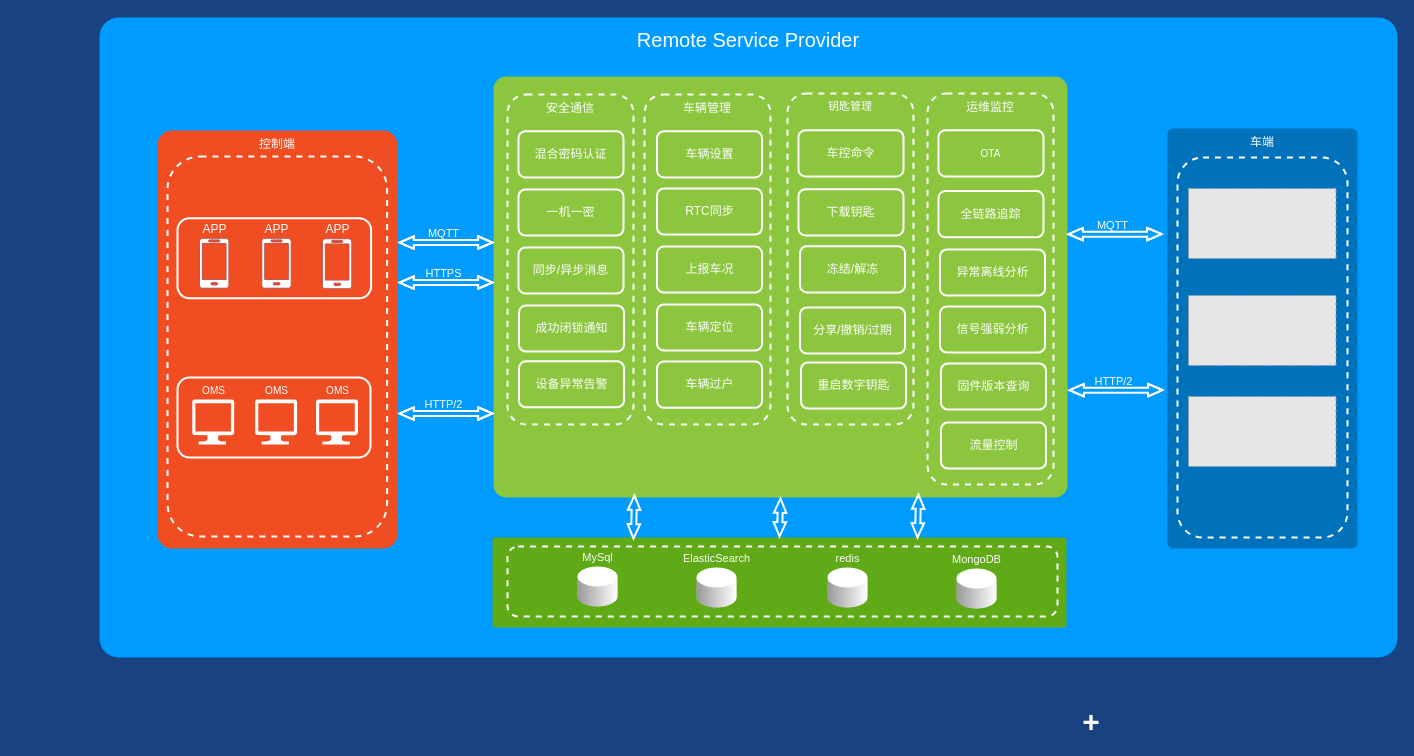
Above: rsp-A02.drawio in jianguocong/chart (draw.io), before the change. Source tidied: cells renumbered, new cells numbered last; positions are measured from the earlier drawing's top-left corner, leaving out a move shared by most shapes. Both pictures are drawn from the tidied source at 100%, with x=0, y=0 at pixel (99, 17). Pictures stored in the file or linked from it are replaced by grey dashed boxes.
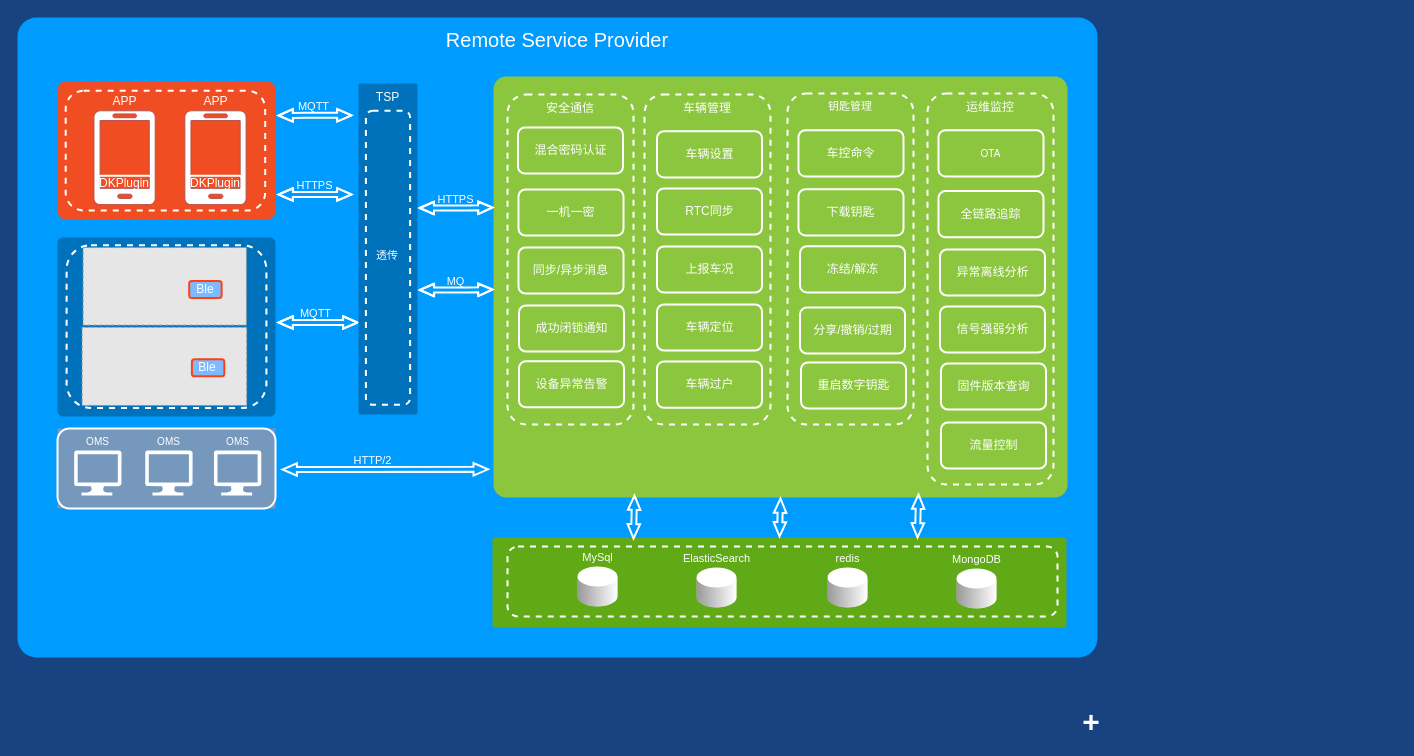
The same diagram, later.

Unchanged cells that the change refers to:
```xml
<mxCell id="37" style="group;" parent="1" vertex="1">
  <mxGeometry x="408" y="77" width="126" height="330" as="geometry" />
</mxCell>
```

The edit, as a diff of the source:
```diff
@@
     <mxCell id="2" value="Remote Service Provider" style="whiteSpace=wrap;html=1;rounded=1;shadow=0;strokeColor=none;strokeWidth=2;fillColor=#009BFF;fontSize=20;fontColor=#FFFFFF;align=center;arcSize=3;verticalAlign=top;spacingTop=4;" parent="1" vertex="1">
-      <mxGeometry width="1298" height="640" as="geometry" />
+      <mxGeometry x="-82" width="1080" height="640" as="geometry" />
     </mxCell>
-    <mxCell id="3" value="车端" style="rounded=1;whiteSpace=wrap;html=1;shadow=0;strokeWidth=2;fillColor=#0072BC;fontSize=12;fontColor=#FFFFFF;align=center;strokeColor=none;arcSize=3;verticalAlign=top;" parent="1" vertex="1">
-      <mxGeometry x="1068" y="111" width="190" height="420" as="geometry" />
-    </mxCell>
-    <mxCell id="4" value="控制端" style="rounded=1;whiteSpace=wrap;html=1;shadow=0;strokeWidth=2;fillColor=#F04D22;fontSize=12;fontColor=#FFFFFF;align=center;strokeColor=none;arcSize=6;verticalAlign=top;" parent="1" vertex="1">
-      <mxGeometry x="58" y="113" width="240" height="418" as="geometry" />
-    </mxCell>
@@
-    <mxCell id="7" style="group;" parent="1" vertex="1">
-      <mxGeometry x="78" y="360" width="193" height="80" as="geometry" />
-    </mxCell>
-    <mxCell id="8" style="rounded=1;whiteSpace=wrap;html=1;shadow=0;strokeWidth=2;fillColor=none;fontSize=12;fontColor=#000000;align=center;strokeColor=#FFFFFF;" parent="7" vertex="1">
-      <mxGeometry width="193" height="80" as="geometry" />
-    </mxCell>
-    <mxCell id="9" value="OMS" style="verticalLabelPosition=top;html=1;verticalAlign=bottom;strokeColor=none;fillColor=#FFFFFF;shape=mxgraph.azure.computer;rounded=0;shadow=0;fontSize=10;fontColor=#FFFFFF;align=center;labelPosition=center;" parent="7" vertex="1">
-      <mxGeometry x="77.6" y="22" width="42" height="45" as="geometry" />
-    </mxCell>
-    <mxCell id="10" value="OMS" style="verticalLabelPosition=top;html=1;verticalAlign=bottom;strokeColor=none;fillColor=#FFFFFF;shape=mxgraph.azure.computer;rounded=0;shadow=0;fontSize=10;fontColor=#FFFFFF;align=center;labelPosition=center;" parent="7" vertex="1">
-      <mxGeometry x="138.5" y="22" width="42" height="45" as="geometry" />
-    </mxCell>
-    <mxCell id="11" value="OMS" style="verticalLabelPosition=top;html=1;verticalAlign=bottom;strokeColor=none;fillColor=#FFFFFF;shape=mxgraph.azure.computer;rounded=0;shadow=0;fontSize=10;fontColor=#FFFFFF;align=center;labelPosition=center;" parent="7" vertex="1">
-      <mxGeometry x="14.7" y="22" width="42" height="45" as="geometry" />
-    </mxCell>
-    <mxCell id="12" style="shape=flexArrow;endArrow=classic;startArrow=classic;html=1;rounded=0;fontSize=7;fontColor=#FFFFFF;strokeColor=#FFFFFF;strokeWidth=2;exitX=1.007;exitY=0.213;exitDx=0;exitDy=0;entryX=0.001;entryY=0.259;entryDx=0;entryDy=0;entryPerimeter=0;exitPerimeter=0;startWidth=5.5;startSize=4.13;endWidth=5.5;endSize=4.13;width=4;" parent="1" edge="1">
+    <mxCell id="12" style="shape=flexArrow;endArrow=classic;startArrow=classic;html=1;rounded=0;fontSize=7;fontColor=#FFFFFF;strokeColor=#FFFFFF;strokeWidth=2;entryX=0.001;entryY=0.259;entryDx=0;entryDy=0;entryPerimeter=0;startWidth=5.5;startSize=4.13;endWidth=5.5;endSize=4.13;width=4;" parent="1" edge="1">
       <mxGeometry relative="1" as="geometry">
-        <mxPoint x="299" y="396.1" as="sourcePoint" />
-        <mxPoint x="394" y="396" as="targetPoint" />
+        <mxPoint x="178" y="305" as="sourcePoint" />
+        <mxPoint x="259" y="305" as="targetPoint" />
         <Array as="points">
-          <mxPoint x="347.4" y="396.1" />
+          <mxPoint x="212.4" y="305.1" />
         </Array>
       </mxGeometry>
     </mxCell>
-    <mxCell id="13" value="&lt;font style=&quot;font-size: 11px&quot;&gt;HTTP/2&lt;/font&gt;" style="edgeLabel;html=1;align=center;verticalAlign=bottom;fontSize=10;fontColor=#FFFFFF;labelPosition=center;verticalLabelPosition=top;labelBackgroundColor=none;" parent="12" vertex="1">
+    <mxCell id="13" value="&lt;font style=&quot;font-size: 11px&quot;&gt;MQTT&lt;/font&gt;" style="edgeLabel;html=1;align=center;verticalAlign=bottom;fontSize=10;fontColor=#FFFFFF;labelPosition=center;verticalLabelPosition=top;labelBackgroundColor=none;" parent="12" vertex="1">
       <mxGeometry x="-0.18" y="-2" relative="1" as="geometry">
         <mxPoint x="5" y="-3" as="offset" />
       </mxGeometry>
     </mxCell>
-    <mxCell id="14" style="shape=flexArrow;endArrow=classic;startArrow=classic;html=1;rounded=0;fontSize=7;fontColor=#FFFFFF;strokeColor=#FFFFFF;strokeWidth=2;exitX=1.007;exitY=0.213;exitDx=0;exitDy=0;entryX=0.001;entryY=0.259;entryDx=0;entryDy=0;entryPerimeter=0;exitPerimeter=0;startWidth=5.5;startSize=4.13;endWidth=5.5;endSize=4.13;width=4;" parent="1" edge="1">
+    <mxCell id="14" style="shape=flexArrow;endArrow=classic;startArrow=classic;html=1;rounded=0;fontSize=7;fontColor=#FFFFFF;strokeColor=#FFFFFF;strokeWidth=2;entryX=0.001;entryY=0.259;entryDx=0;entryDy=0;entryPerimeter=0;startWidth=5.5;startSize=4.13;endWidth=5.5;endSize=4.13;width=4;" parent="1" edge="1">
       <mxGeometry relative="1" as="geometry">
-        <mxPoint x="299" y="265.1" as="sourcePoint" />
-        <mxPoint x="394" y="265" as="targetPoint" />
+        <mxPoint x="178" y="177" as="sourcePoint" />
+        <mxPoint x="253" y="176.9" as="targetPoint" />
         <Array as="points">
-          <mxPoint x="347.4" y="265.1" />
+          <mxPoint x="206.4" y="177" />
         </Array>
       </mxGeometry>
     </mxCell>
@@
-    <mxCell id="16" style="shape=flexArrow;endArrow=classic;startArrow=classic;html=1;rounded=0;fontSize=7;fontColor=#FFFFFF;strokeColor=#FFFFFF;strokeWidth=2;exitX=1.007;exitY=0.213;exitDx=0;exitDy=0;entryX=0.001;entryY=0.259;entryDx=0;entryDy=0;entryPerimeter=0;exitPerimeter=0;startWidth=5.5;startSize=4.13;endWidth=5.5;endSize=4.13;width=4;" parent="1" edge="1">
+    <mxCell id="16" style="shape=flexArrow;endArrow=classic;startArrow=classic;html=1;rounded=0;fontSize=7;fontColor=#FFFFFF;strokeColor=#FFFFFF;strokeWidth=2;entryX=0.001;entryY=0.259;entryDx=0;entryDy=0;entryPerimeter=0;startWidth=5.5;startSize=4.13;endWidth=5.5;endSize=4.13;width=4;" parent="1" edge="1">
       <mxGeometry relative="1" as="geometry">
-        <mxPoint x="299" y="225.1" as="sourcePoint" />
-        <mxPoint x="394" y="225" as="targetPoint" />
+        <mxPoint x="178" y="98" as="sourcePoint" />
+        <mxPoint x="253" y="97.8" as="targetPoint" />
         <Array as="points">
-          <mxPoint x="347.4" y="225.1" />
+          <mxPoint x="206.4" y="97.8" />
         </Array>
       </mxGeometry>
     </mxCell>
@@
-    <mxCell id="18" style="fillColor=#E6E6E6;strokeColor=#999999;dashed=1;verticalLabelPosition=bottom;labelBackgroundColor=default;verticalAlign=top;rotation=-180;" parent="1" vertex="1">
-      <mxGeometry x="1089" y="171" width="147.5" height="70" as="geometry" />
-    </mxCell>
-    <mxCell id="19" style="shape=flexArrow;endArrow=classic;startArrow=classic;html=1;rounded=0;fontSize=7;fontColor=#FFFFFF;strokeColor=#FFFFFF;strokeWidth=2;exitX=1.007;exitY=0.213;exitDx=0;exitDy=0;entryX=0.001;entryY=0.259;entryDx=0;entryDy=0;entryPerimeter=0;exitPerimeter=0;startWidth=5.5;startSize=4.13;endWidth=5.5;endSize=4.13;width=4;" parent="1" edge="1">
-      <mxGeometry relative="1" as="geometry">
-        <mxPoint x="969" y="372.7" as="sourcePoint" />
-        <mxPoint x="1064" y="372.6" as="targetPoint" />
-        <Array as="points">
-          <mxPoint x="1017.4" y="372.7" />
-        </Array>
-      </mxGeometry>
-    </mxCell>
-    <mxCell id="20" value="&lt;font style=&quot;font-size: 11px&quot;&gt;HTTP/2&lt;/font&gt;" style="edgeLabel;html=1;align=center;verticalAlign=bottom;fontSize=10;fontColor=#FFFFFF;labelPosition=center;verticalLabelPosition=top;labelBackgroundColor=none;" parent="19" vertex="1">
-      <mxGeometry x="-0.18" y="-2" relative="1" as="geometry">
-        <mxPoint x="5" y="-3" as="offset" />
-      </mxGeometry>
-    </mxCell>
-    <mxCell id="21" style="fillColor=#E6E6E6;strokeColor=#999999;dashed=1;verticalLabelPosition=bottom;labelBackgroundColor=default;verticalAlign=top;rotation=-180;" parent="1" vertex="1">
-      <mxGeometry x="1089" y="278" width="147.5" height="70" as="geometry" />
-    </mxCell>
-    <mxCell id="22" style="fillColor=#E6E6E6;strokeColor=#999999;dashed=1;verticalLabelPosition=bottom;labelBackgroundColor=default;verticalAlign=top;rotation=-180;" parent="1" vertex="1">
-      <mxGeometry x="1089" y="379" width="147.5" height="70" as="geometry" />
-    </mxCell>
-    <mxCell id="23" style="shape=flexArrow;endArrow=classic;startArrow=classic;html=1;rounded=0;fontSize=7;fontColor=#FFFFFF;strokeColor=#FFFFFF;strokeWidth=2;exitX=1.007;exitY=0.213;exitDx=0;exitDy=0;entryX=0.001;entryY=0.259;entryDx=0;entryDy=0;entryPerimeter=0;exitPerimeter=0;startWidth=5.5;startSize=4.13;endWidth=5.5;endSize=4.13;width=4;" parent="1" edge="1">
-      <mxGeometry relative="1" as="geometry">
-        <mxPoint x="968" y="216.7" as="sourcePoint" />
-        <mxPoint x="1063" y="216.6" as="targetPoint" />
-        <Array as="points">
-          <mxPoint x="1016.4" y="216.7" />
-        </Array>
-      </mxGeometry>
-    </mxCell>
-    <mxCell id="24" value="&lt;font style=&quot;font-size: 11px&quot;&gt;MQTT&lt;/font&gt;" style="edgeLabel;html=1;align=center;verticalAlign=bottom;fontSize=10;fontColor=#FFFFFF;labelPosition=center;verticalLabelPosition=top;labelBackgroundColor=none;" parent="23" vertex="1">
-      <mxGeometry x="-0.18" y="-2" relative="1" as="geometry">
-        <mxPoint x="5" y="-3" as="offset" />
-      </mxGeometry>
-    </mxCell>
@@
-    <mxCell id="29" style="rounded=1;whiteSpace=wrap;html=1;shadow=0;strokeWidth=2;fillColor=none;fontSize=11;fontColor=#FFFFFF;align=center;strokeColor=#FFFFFF;dashed=1;verticalAlign=top;" parent="1" vertex="1">
-      <mxGeometry x="1078" y="140" width="170" height="380" as="geometry" />
-    </mxCell>
-    <mxCell id="30" style="group;" parent="1" vertex="1">
-      <mxGeometry x="58" y="200.7" width="233.6" height="319.3" as="geometry" />
-    </mxCell>
-    <mxCell id="31" style="rounded=1;whiteSpace=wrap;html=1;shadow=0;strokeWidth=2;fillColor=none;fontSize=11;fontColor=#FFFFFF;align=center;strokeColor=#FFFFFF;dashed=1;verticalAlign=top;" parent="30" vertex="1">
-      <mxGeometry x="10" y="-61.7" width="219.6" height="380" as="geometry" />
-    </mxCell>
-    <mxCell id="32" style="group;" parent="30" vertex="1">
-      <mxGeometry x="20" width="193.6" height="80" as="geometry" />
-    </mxCell>
-    <mxCell id="33" style="rounded=1;whiteSpace=wrap;html=1;shadow=0;strokeWidth=2;fillColor=none;fontSize=12;fontColor=#000000;align=center;strokeColor=#FFFFFF;" parent="32" vertex="1">
-      <mxGeometry width="193.6" height="80" as="geometry" />
-    </mxCell>
-    <mxCell id="34" value="&lt;font color=&quot;#ffffff&quot;&gt;APP&lt;/font&gt;" style="verticalLabelPosition=top;html=1;verticalAlign=bottom;align=center;strokeColor=#b85450;fillColor=#FFFFFF;shape=mxgraph.azure.mobile;labelPosition=center;" parent="32" vertex="1">
-      <mxGeometry x="21.9" y="20" width="29.5" height="50" as="geometry" />
-    </mxCell>
-    <mxCell id="35" value="&lt;font color=&quot;#ffffff&quot;&gt;APP&lt;/font&gt;" style="verticalLabelPosition=top;html=1;verticalAlign=bottom;align=center;strokeColor=#b85450;fillColor=#FFFFFF;shape=mxgraph.azure.mobile;labelPosition=center;" parent="32" vertex="1">
-      <mxGeometry x="84.2" y="20" width="29.5" height="50" as="geometry" />
-    </mxCell>
-    <mxCell id="36" value="&lt;font color=&quot;#ffffff&quot;&gt;APP&lt;/font&gt;" style="verticalLabelPosition=top;html=1;verticalAlign=bottom;align=center;strokeColor=#b85450;fillColor=#FFFFFF;shape=mxgraph.azure.mobile;labelPosition=center;" parent="32" vertex="1">
-      <mxGeometry x="144.8" y="20.5" width="29.5" height="50" as="geometry" />
-    </mxCell>
@@
-    <mxCell id="40" value="混合密码认证" style="rounded=1;whiteSpace=wrap;html=1;shadow=0;strokeWidth=2;fillColor=none;fontSize=12;fontColor=#FFFFFF;align=center;strokeColor=#FFFFFF;" parent="37" vertex="1">
-      <mxGeometry x="11" y="36.8" width="105" height="46.1" as="geometry" />
-    </mxCell>
@@
+    <mxCell id="72" value="混合密码认证" style="rounded=1;whiteSpace=wrap;html=1;shadow=0;strokeWidth=2;fillColor=none;fontSize=12;fontColor=#FFFFFF;align=center;strokeColor=#FFFFFF;" parent="37" vertex="1">
+      <mxGeometry x="10.5" y="33" width="105" height="46.1" as="geometry" />
+    </mxCell>
     <mxCell id="44" style="group;" parent="1" vertex="1">
-      <mxGeometry x="545" y="77" width="126" height="330" as="geometry" />
+      <mxGeometry x="545" y="77" width="126" height="533" as="geometry" />
     </mxCell>
@@
     <mxCell id="51" style="group;" parent="1" vertex="1">
-      <mxGeometry x="688" y="76" width="126" height="331" as="geometry" />
+      <mxGeometry x="688" y="76" width="138.8" height="618.9" as="geometry" />
     </mxCell>
@@
+    <mxCell id="7" style="group;fillColor=#7798BD;" parent="1" vertex="1">
+      <mxGeometry x="-42" y="411" width="218" height="80" as="geometry" />
+    </mxCell>
+    <mxCell id="8" style="rounded=1;whiteSpace=wrap;html=1;shadow=0;strokeWidth=2;fillColor=none;fontSize=12;fontColor=#000000;align=center;strokeColor=#FFFFFF;" parent="7" vertex="1">
+      <mxGeometry width="218" height="80" as="geometry" />
+    </mxCell>
+    <mxCell id="9" value="OMS" style="verticalLabelPosition=top;html=1;verticalAlign=bottom;strokeColor=none;fillColor=#FFFFFF;shape=mxgraph.azure.computer;rounded=0;shadow=0;fontSize=10;fontColor=#FFFFFF;align=center;labelPosition=center;" parent="7" vertex="1">
+      <mxGeometry x="87.7" y="22" width="47.4" height="45" as="geometry" />
+    </mxCell>
+    <mxCell id="10" value="OMS" style="verticalLabelPosition=top;html=1;verticalAlign=bottom;strokeColor=none;fillColor=#FFFFFF;shape=mxgraph.azure.computer;rounded=0;shadow=0;fontSize=10;fontColor=#FFFFFF;align=center;labelPosition=center;" parent="7" vertex="1">
+      <mxGeometry x="156.4" y="22" width="47.4" height="45" as="geometry" />
+    </mxCell>
+    <mxCell id="11" value="OMS" style="verticalLabelPosition=top;html=1;verticalAlign=bottom;strokeColor=none;fillColor=#FFFFFF;shape=mxgraph.azure.computer;rounded=0;shadow=0;fontSize=10;fontColor=#FFFFFF;align=center;labelPosition=center;" parent="7" vertex="1">
+      <mxGeometry x="16.6" y="22" width="47.4" height="45" as="geometry" />
+    </mxCell>
+    <mxCell id="73" style="group;" parent="1" vertex="1">
+      <mxGeometry x="-42" y="64" width="218" height="138" as="geometry" />
+    </mxCell>
+    <mxCell id="4" style="rounded=1;whiteSpace=wrap;html=1;shadow=0;strokeWidth=2;fillColor=#F04D22;fontSize=12;fontColor=#FFFFFF;align=center;strokeColor=none;arcSize=6;verticalAlign=top;" parent="73" vertex="1">
+      <mxGeometry width="218" height="138" as="geometry" />
+    </mxCell>
+    <mxCell id="31" style="rounded=1;whiteSpace=wrap;html=1;shadow=0;strokeWidth=2;fillColor=none;fontSize=11;fontColor=#FFFFFF;align=center;strokeColor=#FFFFFF;dashed=1;verticalAlign=top;" parent="73" vertex="1">
+      <mxGeometry x="8.2" y="9.2" width="199.5" height="119.8" as="geometry" />
+    </mxCell>
+    <mxCell id="74" value="&lt;font color=&quot;#ffffff&quot;&gt;APP&lt;/font&gt;" style="verticalLabelPosition=top;html=1;verticalAlign=bottom;align=center;strokeColor=#b85450;fillColor=#FFFFFF;shape=mxgraph.azure.mobile;labelPosition=center;" parent="73" vertex="1">
+      <mxGeometry x="36.3" y="29.2" width="61.4" height="93.9" as="geometry" />
+    </mxCell>
+    <mxCell id="40" value="DKPlugin" style="rounded=1;whiteSpace=wrap;html=1;shadow=0;strokeWidth=2;fillColor=none;fontSize=12;fontColor=#FFFFFF;align=center;strokeColor=#FFFFFF;" parent="73" vertex="1">
+      <mxGeometry x="41.2" y="94.2" width="52.4" height="16.2" as="geometry" />
+    </mxCell>
+    <mxCell id="75" value="&lt;font color=&quot;#ffffff&quot;&gt;APP&lt;/font&gt;" style="verticalLabelPosition=top;html=1;verticalAlign=bottom;align=center;strokeColor=#b85450;fillColor=#FFFFFF;shape=mxgraph.azure.mobile;labelPosition=center;" parent="73" vertex="1">
+      <mxGeometry x="127.2" y="29.2" width="61.4" height="93.9" as="geometry" />
+    </mxCell>
+    <mxCell id="76" value="&lt;font style=&quot;font-size: 12px&quot;&gt;DKPlugin&lt;/font&gt;" style="rounded=1;whiteSpace=wrap;html=1;shadow=0;strokeWidth=2;fillColor=none;fontSize=12;fontColor=#FFFFFF;align=center;strokeColor=#FFFFFF;" parent="73" vertex="1">
+      <mxGeometry x="131.7" y="94.2" width="52.4" height="16.2" as="geometry" />
+    </mxCell>
+    <mxCell id="77" style="group;" parent="1" vertex="1">
+      <mxGeometry x="-42" y="220" width="218" height="213" as="geometry" />
+    </mxCell>
+    <mxCell id="78" style="rounded=1;whiteSpace=wrap;html=1;shadow=0;strokeWidth=2;fillColor=#0072BC;fontSize=12;fontColor=#FFFFFF;align=center;strokeColor=none;arcSize=3;verticalAlign=top;" parent="77" vertex="1">
+      <mxGeometry width="218" height="178.9" as="geometry" />
+    </mxCell>
+    <mxCell id="79" style="rounded=1;whiteSpace=wrap;html=1;shadow=0;strokeWidth=2;fillColor=none;fontSize=11;fontColor=#FFFFFF;align=center;strokeColor=#FFFFFF;dashed=1;verticalAlign=top;" parent="77" vertex="1">
+      <mxGeometry x="9.1" y="7.7" width="199.8" height="162.7" as="geometry" />
+    </mxCell>
+    <mxCell id="80" style="fillColor=#E6E6E6;strokeColor=#999999;dashed=1;verticalLabelPosition=bottom;labelBackgroundColor=default;verticalAlign=top;rotation=-180;" parent="77" vertex="1">
+      <mxGeometry x="25.6" y="10.1" width="163.3" height="77.5" as="geometry" />
+    </mxCell>
+    <mxCell id="81" style="fillColor=#E6E6E6;strokeColor=#999999;dashed=1;verticalLabelPosition=bottom;labelBackgroundColor=default;verticalAlign=top;rotation=-180;" parent="77" vertex="1">
+      <mxGeometry x="24.6" y="89.8" width="164.6" height="78.1" as="geometry" />
+    </mxCell>
+    <mxCell id="82" value="Ble" style="rounded=1;whiteSpace=wrap;html=1;shadow=0;strokeWidth=2;fillColor=#7DBAFF;fontSize=12;fontColor=#FFFFFF;align=center;strokeColor=#FF4112;" parent="77" vertex="1">
+      <mxGeometry x="131.7" y="43.5" width="32.4" height="17" as="geometry" />
+    </mxCell>
+    <mxCell id="83" value="Ble" style="rounded=1;whiteSpace=wrap;html=1;shadow=0;strokeWidth=2;fillColor=#7DBAFF;fontSize=12;fontColor=#FFFFFF;align=center;strokeColor=#FF4112;" parent="77" vertex="1">
+      <mxGeometry x="134.4" y="121.8" width="32.4" height="17" as="geometry" />
+    </mxCell>
+    <mxCell id="84" style="group;" parent="1" vertex="1">
+      <mxGeometry x="259" y="66" width="59" height="331" as="geometry" />
+    </mxCell>
+    <mxCell id="85" value="TSP" style="rounded=1;whiteSpace=wrap;html=1;shadow=0;strokeWidth=2;fillColor=#0072BC;fontSize=12;fontColor=#FFFFFF;align=center;strokeColor=none;arcSize=3;verticalAlign=top;" parent="84" vertex="1">
+      <mxGeometry width="59" height="331" as="geometry" />
+    </mxCell>
+    <mxCell id="86" value="&lt;p&gt;&lt;br&gt;&lt;/p&gt;&lt;p&gt;&lt;br&gt;&lt;/p&gt;&lt;p&gt;&lt;br&gt;&lt;/p&gt;&lt;p&gt;&lt;br&gt;&lt;/p&gt;&lt;p&gt;&lt;br&gt;&lt;/p&gt;&lt;p&gt;透传&lt;/p&gt;" style="rounded=1;whiteSpace=wrap;html=1;shadow=0;strokeWidth=2;fillColor=none;fontSize=11;fontColor=#FFFFFF;align=center;strokeColor=#FFFFFF;dashed=1;verticalAlign=top;" parent="84" vertex="1">
+      <mxGeometry x="7.4" y="27.2" width="44.2" height="294.1" as="geometry" />
+    </mxCell>
+    <mxCell id="87" style="shape=flexArrow;endArrow=classic;startArrow=classic;html=1;rounded=0;fontSize=7;fontColor=#FFFFFF;strokeColor=#FFFFFF;strokeWidth=2;entryX=0.419;entryY=0.706;entryDx=0;entryDy=0;entryPerimeter=0;startWidth=5.5;startSize=4.13;endWidth=5.5;endSize=4.13;width=4;" parent="1" edge="1">
+      <mxGeometry relative="1" as="geometry">
+        <mxPoint x="182" y="452" as="sourcePoint" />
+        <mxPoint x="389.4" y="451.8" as="targetPoint" />
+      </mxGeometry>
+    </mxCell>
+    <mxCell id="20" value="&lt;font style=&quot;font-size: 11px&quot;&gt;HTTP/2&lt;/font&gt;" style="edgeLabel;html=1;align=center;verticalAlign=bottom;fontSize=10;fontColor=#FFFFFF;labelPosition=center;verticalLabelPosition=top;labelBackgroundColor=none;" parent="87" vertex="1">
+      <mxGeometry x="-0.18" y="-2" relative="1" as="geometry">
+        <mxPoint x="5" y="-3" as="offset" />
+      </mxGeometry>
+    </mxCell>
+    <mxCell id="88" style="shape=flexArrow;endArrow=classic;startArrow=classic;html=1;rounded=0;fontSize=7;fontColor=#FFFFFF;strokeColor=#FFFFFF;strokeWidth=2;exitX=1.007;exitY=0.213;exitDx=0;exitDy=0;exitPerimeter=0;startWidth=5.5;startSize=4.13;endWidth=5.5;endSize=4.13;width=4;entryX=-0.002;entryY=0.239;entryDx=0;entryDy=0;entryPerimeter=0;" parent="1" edge="1">
+      <mxGeometry relative="1" as="geometry">
+        <mxPoint x="319.1" y="190.5" as="sourcePoint" />
+        <mxPoint x="394" y="190" as="targetPoint" />
+        <Array as="points">
+          <mxPoint x="367.5" y="190.5" />
+        </Array>
+      </mxGeometry>
+    </mxCell>
+    <mxCell id="89" value="&lt;font style=&quot;font-size: 11px&quot;&gt;HTTPS&lt;/font&gt;" style="edgeLabel;html=1;align=center;verticalAlign=bottom;fontSize=10;fontColor=#FFFFFF;labelPosition=center;verticalLabelPosition=top;labelBackgroundColor=none;" parent="88" vertex="1">
+      <mxGeometry x="-0.18" y="-2" relative="1" as="geometry">
+        <mxPoint x="5" y="-3" as="offset" />
+      </mxGeometry>
+    </mxCell>
+    <mxCell id="90" style="shape=flexArrow;endArrow=classic;startArrow=classic;html=1;rounded=0;fontSize=7;fontColor=#FFFFFF;strokeColor=#FFFFFF;strokeWidth=2;exitX=1.007;exitY=0.213;exitDx=0;exitDy=0;exitPerimeter=0;startWidth=5.5;startSize=4.13;endWidth=5.5;endSize=4.13;width=4;entryX=-0.002;entryY=0.239;entryDx=0;entryDy=0;entryPerimeter=0;" parent="1" edge="1">
+      <mxGeometry relative="1" as="geometry">
+        <mxPoint x="319.2" y="272.5" as="sourcePoint" />
+        <mxPoint x="394" y="272" as="targetPoint" />
+        <Array as="points">
+          <mxPoint x="367.5" y="272.5" />
+        </Array>
+      </mxGeometry>
+    </mxCell>
+    <mxCell id="91" value="&lt;span style=&quot;font-size: 11px&quot;&gt;MQ&lt;/span&gt;" style="edgeLabel;html=1;align=center;verticalAlign=bottom;fontSize=10;fontColor=#FFFFFF;labelPosition=center;verticalLabelPosition=top;labelBackgroundColor=none;" parent="90" vertex="1">
+      <mxGeometry x="-0.18" y="-2" relative="1" as="geometry">
+        <mxPoint x="5" y="-3" as="offset" />
+      </mxGeometry>
+    </mxCell>
```
